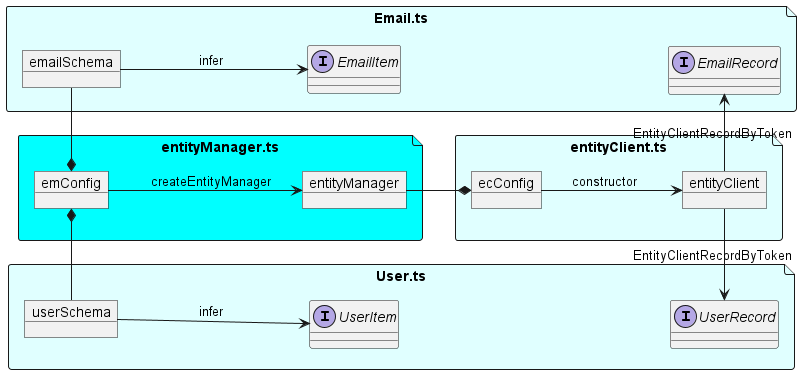
Above: assets/entityManager.png in karmaniverous/entity-manager-demo (PlantUML), before the change.
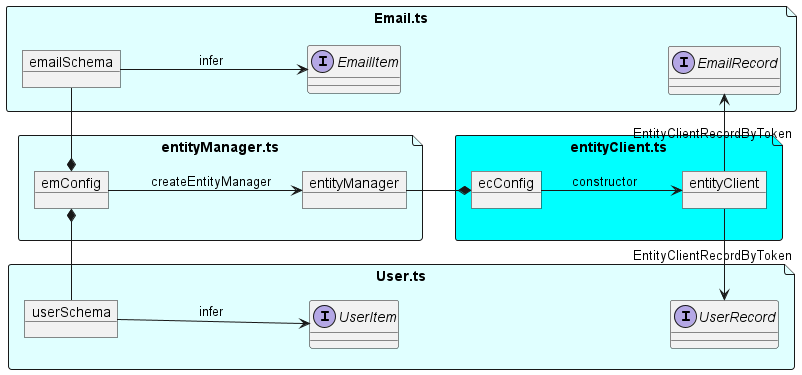
Above is the later version.

Change to the diagram source:
```diff
@@ -2,7 +2,7 @@
 
 left to right direction
 
-file "entityClient.ts" as entityClientTs #LightCyan {
+file "entityClient.ts" as entityClientTs #Cyan {
     object ecConfig
     object entityClient
 
@@ -31,7 +31,7 @@
     EmailRecord <- entityClient : EntityClientRecordByToken
 }
 
-file "entityManager.ts" as entityManagerTs #Cyan {
+file "entityManager.ts" as entityManagerTs #LightCyan {
     object emConfig
 
     userSchema -* emConfig
```
